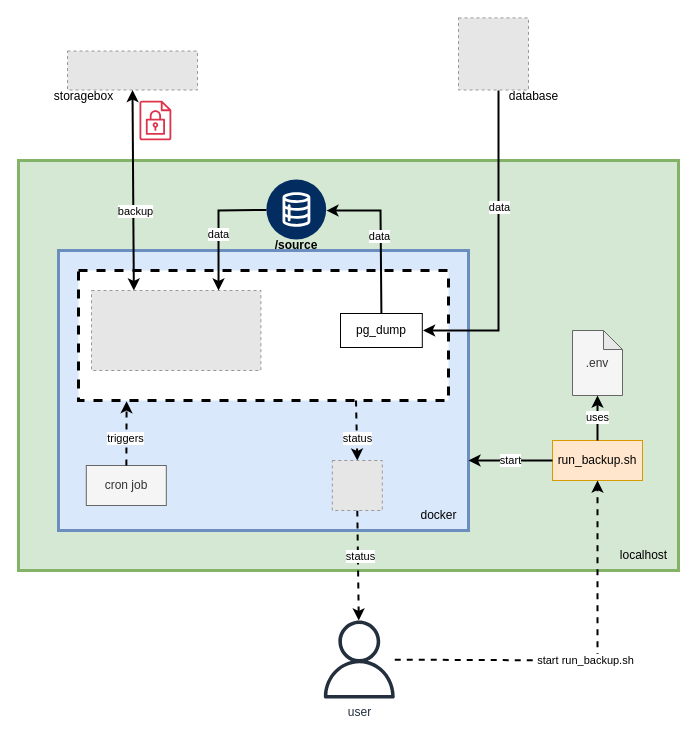
Above: resources/backup_overview_postgres.drawio in realAP/backup (draw.io), before the change. Source tidied: cells renumbered, new cells numbered last; positions are measured from the earlier drawing's top-left corner, leaving out a move shared by most shapes. Both pictures are drawn from the tidied source at 100%, with x=0, y=0 at pixel (18, 17). Pictures stored in the file or linked from it are replaced by grey dashed boxes.
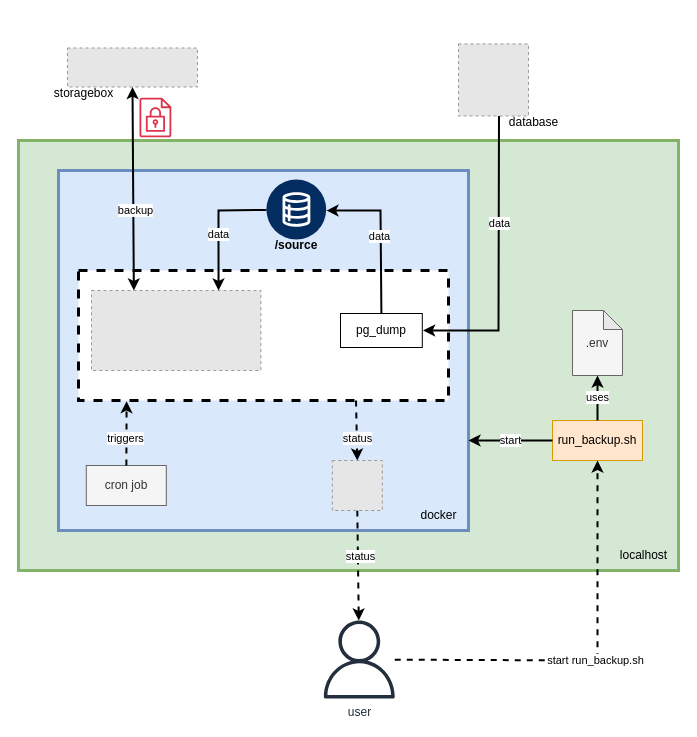
The same page after the edit.

The edit, as a diff of the source:
```diff
@@
     <mxCell id="2" style="rounded=0;whiteSpace=wrap;html=1;strokeWidth=3;fillColor=#d5e8d4;strokeColor=#82b366;" parent="1" vertex="1">
-      <mxGeometry y="143" width="660" height="410" as="geometry" />
+      <mxGeometry y="123" width="660" height="430" as="geometry" />
     </mxCell>
     <mxCell id="3" style="rounded=0;whiteSpace=wrap;html=1;strokeWidth=3;fillColor=#dae8fc;strokeColor=#6c8ebf;" parent="1" vertex="1">
-      <mxGeometry x="40" y="233" width="410" height="280" as="geometry" />
+      <mxGeometry x="40" y="153" width="410" height="360" as="geometry" />
     </mxCell>
@@
-    <mxCell id="5" style="endArrow=none;startArrow=classic;html=1;rounded=0;entryX=0.5;entryY=1;entryDx=0;entryDy=0;strokeWidth=2;exitX=1;exitY=0.5;exitDx=0;exitDy=0;endFill=0;" parent="1" edge="1">
+    <mxCell id="5" style="endArrow=none;startArrow=classic;html=1;rounded=0;entryX=0.007;entryY=0.283;entryDx=0;entryDy=0;strokeWidth=2;exitX=1;exitY=0.5;exitDx=0;exitDy=0;endFill=0;entryPerimeter=0;" parent="1" edge="1" target="23">
       <mxGeometry relative="1" as="geometry">
         <mxPoint x="404.6" y="313" as="sourcePoint" />
-        <mxPoint x="480" y="73" as="targetPoint" />
         <Array as="points">
           <mxPoint x="480" y="313" />
         </Array>
       </mxGeometry>
     </mxCell>
@@
     <mxCell id="8" style="sketch=0;fontColor=#232F3E;gradientColor=none;fillColor=#DD344C;strokeColor=none;dashed=0;verticalLabelPosition=bottom;verticalAlign=top;align=center;html=1;fontSize=12;fontStyle=0;shape=mxgraph.aws4.encrypted_data;" parent="1" vertex="1">
-      <mxGeometry x="121" y="83" width="31.8" height="40" as="geometry" />
+      <mxGeometry x="121" y="80" width="31.8" height="40" as="geometry" />
     </mxCell>
     <mxCell id="9" style="fillColor=#E6E6E6;strokeColor=#999999;dashed=1;verticalLabelPosition=bottom;labelBackgroundColor=default;verticalAlign=top;" parent="1" vertex="1">
-      <mxGeometry x="49" y="33.5" width="130" height="39" as="geometry" />
+      <mxGeometry x="49" y="30.5" width="130" height="39" as="geometry" />
     </mxCell>
@@
     <mxCell id="23" value="database" style="text;html=1;align=center;verticalAlign=middle;points=[];strokeColor=none;fillColor=none;" parent="1" vertex="1">
-      <mxGeometry x="480" y="64" width="70" height="30" as="geometry" />
+      <mxGeometry x="480" y="90" width="70" height="30" as="geometry" />
     </mxCell>
     <mxCell id="24" value="storagebox" style="text;html=1;align=center;verticalAlign=middle;strokeColor=none;fillColor=none;" parent="1" vertex="1">
-      <mxGeometry x="25" y="64" width="80" height="30" as="geometry" />
+      <mxGeometry x="25" y="61" width="80" height="30" as="geometry" />
     </mxCell>
@@
     <mxCell id="31" value="run_backup.sh" style="rounded=0;whiteSpace=wrap;html=1;fillColor=#ffe6cc;strokeColor=#d79b00;" parent="1" vertex="1">
-      <mxGeometry x="534" y="423" width="90" height="40" as="geometry" />
+      <mxGeometry x="534" y="403" width="90" height="40" as="geometry" />
     </mxCell>
     <mxCell id="32" value=".env" style="shape=note;whiteSpace=wrap;html=1;backgroundOutline=1;darkOpacity=0.05;size=19;fillColor=#f5f5f5;fontColor=#333333;strokeColor=#666666;" parent="1" vertex="1">
-      <mxGeometry x="554" y="313" width="50" height="65" as="geometry" />
+      <mxGeometry x="554" y="293" width="50" height="65" as="geometry" />
     </mxCell>
@@
     <mxCell id="36" style="fillColor=#E6E6E6;strokeColor=#999999;dashed=1;verticalLabelPosition=bottom;labelBackgroundColor=default;verticalAlign=top;" parent="1" vertex="1">
-      <mxGeometry x="440" y="0.4" width="70" height="72.1" as="geometry" />
+      <mxGeometry x="440" y="26.4" width="70" height="72.1" as="geometry" />
     </mxCell>
```
